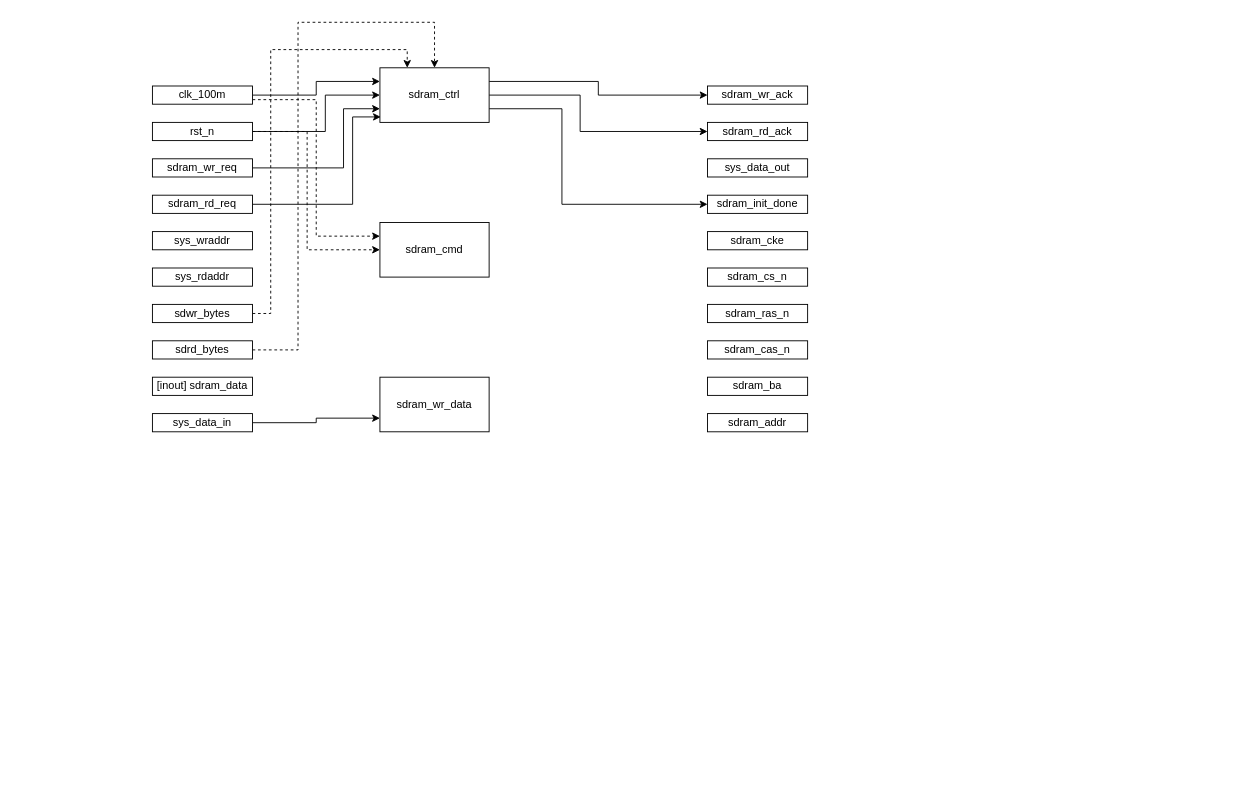
Manistein/let-us-build-a-computer-system keeps this draw.io diagram as hardware/sdram_ctrl.drawio. Above is the earlier version. Source tidied: cells renumbered, new cells numbered last; positions are measured from the earlier drawing's top-left corner, leaving out a move shared by most shapes. Both pictures are drawn from the tidied source at 91%, with x=0, y=0 at pixel (152, 22).
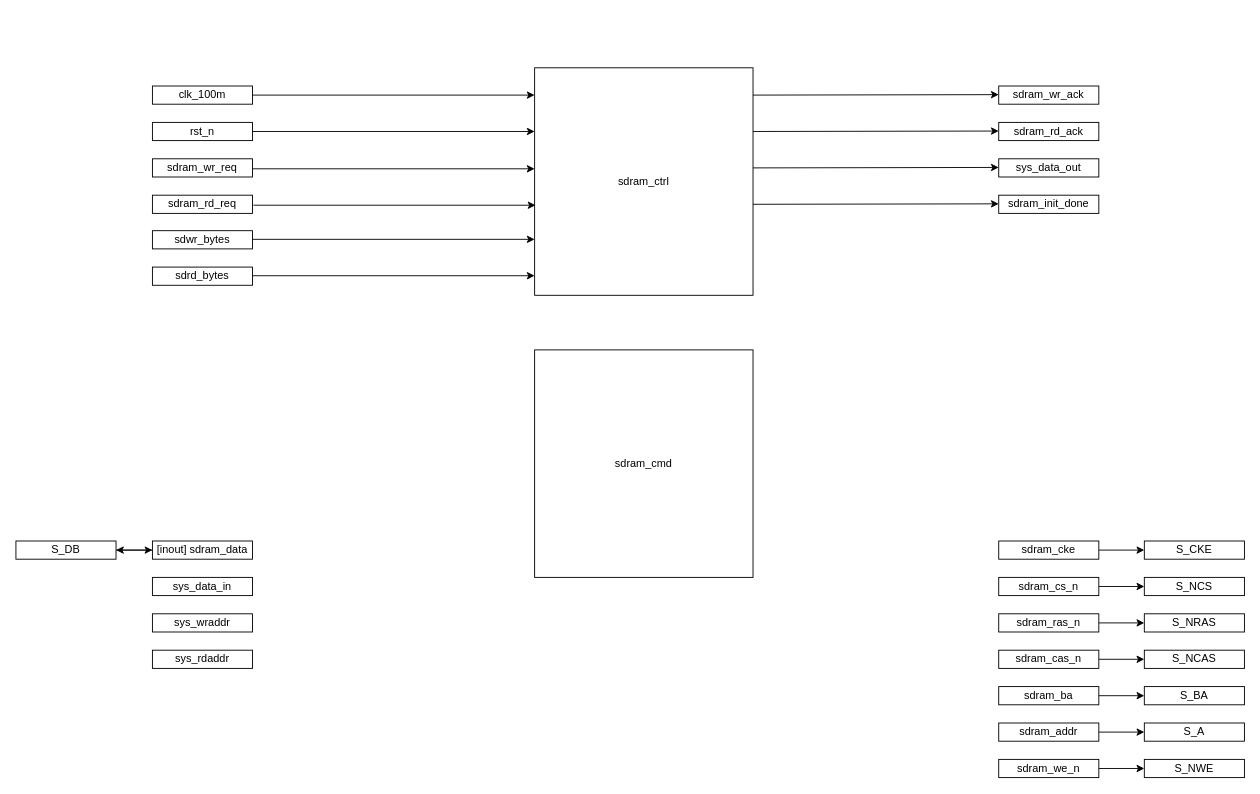
After the change.

Unchanged cells that the change refers to:
```xml
<mxCell id="10" value="clk_100m" style="rounded=0;whiteSpace=wrap;html=1;" parent="1" vertex="1">
  <mxGeometry y="70" width="110" height="20" as="geometry" />
</mxCell>
<mxCell id="13" value="rst_n" style="rounded=0;whiteSpace=wrap;html=1;" parent="1" vertex="1">
  <mxGeometry y="110" width="110" height="20" as="geometry" />
</mxCell>
<mxCell id="15" value="sdram_wr_req" style="rounded=0;whiteSpace=wrap;html=1;" parent="1" vertex="1">
  <mxGeometry y="150" width="110" height="20" as="geometry" />
</mxCell>
<mxCell id="16" value="sdram_rd_req" style="rounded=0;whiteSpace=wrap;html=1;" parent="1" vertex="1">
  <mxGeometry y="190" width="110" height="20" as="geometry" />
</mxCell>
```

Diff of the diagram source:
```diff
@@
-    <mxCell id="2" style="edgeStyle=orthogonalEdgeStyle;rounded=0;jettySize=auto;html=1;exitX=1;exitY=0.25;exitDx=0;exitDy=0;entryX=0;entryY=0.5;entryDx=0;entryDy=0;" parent="1" edge="1" source="5" target="24">
-      <mxGeometry relative="1" as="geometry" />
-    </mxCell>
-    <mxCell id="3" style="edgeStyle=orthogonalEdgeStyle;rounded=0;jettySize=auto;html=1;exitX=1;exitY=0.5;exitDx=0;exitDy=0;entryX=0;entryY=0.5;entryDx=0;entryDy=0;" parent="1" edge="1" source="5" target="25">
-      <mxGeometry relative="1" as="geometry">
-        <Array as="points">
-          <mxPoint x="470" y="80" />
-          <mxPoint x="470" y="120" />
-        </Array>
-      </mxGeometry>
-    </mxCell>
-    <mxCell id="4" style="edgeStyle=orthogonalEdgeStyle;rounded=0;jettySize=auto;html=1;exitX=1;exitY=0.75;exitDx=0;exitDy=0;entryX=0;entryY=0.5;entryDx=0;entryDy=0;" parent="1" edge="1" source="5" target="27">
-      <mxGeometry relative="1" as="geometry">
-        <Array as="points">
-          <mxPoint x="450" y="95" />
-          <mxPoint x="450" y="200" />
-        </Array>
-      </mxGeometry>
-    </mxCell>
     <mxCell id="5" value="sdram_ctrl" style="rounded=0;whiteSpace=wrap;html=1;" parent="1" vertex="1">
-      <mxGeometry x="250" y="50" width="120" height="60" as="geometry" />
+      <mxGeometry x="420" y="50" width="240" height="250" as="geometry" />
     </mxCell>
-    <mxCell id="6" value="sdram_cmd" style="rounded=0;whiteSpace=wrap;html=1;" parent="1" vertex="1">
-      <mxGeometry x="250" y="220" width="120" height="60" as="geometry" />
-    </mxCell>
-    <mxCell id="7" value="sdram_wr_data" style="rounded=0;whiteSpace=wrap;html=1;" parent="1" vertex="1">
-      <mxGeometry x="250" y="390" width="120" height="60" as="geometry" />
-    </mxCell>
-    <mxCell id="8" style="edgeStyle=orthogonalEdgeStyle;rounded=0;jettySize=auto;html=1;exitX=1;exitY=0.5;exitDx=0;exitDy=0;entryX=0;entryY=0.25;entryDx=0;entryDy=0;" parent="1" edge="1" source="10" target="5">
-      <mxGeometry relative="1" as="geometry">
-        <Array as="points">
-          <mxPoint x="180" y="80" />
-          <mxPoint x="180" y="65" />
-        </Array>
-      </mxGeometry>
-    </mxCell>
-    <mxCell id="9" style="edgeStyle=orthogonalEdgeStyle;rounded=0;jettySize=auto;html=1;exitX=1;exitY=0.75;exitDx=0;exitDy=0;entryX=0;entryY=0.25;entryDx=0;entryDy=0;dashed=1;" parent="1" edge="1" source="10" target="6">
-      <mxGeometry relative="1" as="geometry" />
-    </mxCell>
@@
-    <mxCell id="11" style="edgeStyle=orthogonalEdgeStyle;rounded=0;jettySize=auto;html=1;exitX=1;exitY=0.5;exitDx=0;exitDy=0;entryX=0;entryY=0.5;entryDx=0;entryDy=0;" parent="1" edge="1" source="13" target="5">
-      <mxGeometry relative="1" as="geometry">
-        <Array as="points">
-          <mxPoint x="190" y="120" />
-          <mxPoint x="190" y="80" />
-        </Array>
-      </mxGeometry>
-    </mxCell>
-    <mxCell id="12" style="edgeStyle=orthogonalEdgeStyle;rounded=0;jettySize=auto;html=1;exitX=1;exitY=0.5;exitDx=0;exitDy=0;entryX=0;entryY=0.5;entryDx=0;entryDy=0;dashed=1;" parent="1" edge="1" source="13" target="6">
-      <mxGeometry relative="1" as="geometry">
-        <Array as="points">
-          <mxPoint x="170" y="120" />
-          <mxPoint x="170" y="250" />
-        </Array>
-      </mxGeometry>
-    </mxCell>
@@
-    <mxCell id="14" style="edgeStyle=orthogonalEdgeStyle;rounded=0;jettySize=auto;html=1;exitX=1;exitY=0.5;exitDx=0;exitDy=0;entryX=0;entryY=0.75;entryDx=0;entryDy=0;" parent="1" edge="1" source="15" target="5">
-      <mxGeometry relative="1" as="geometry">
-        <Array as="points">
-          <mxPoint x="210" y="160" />
-          <mxPoint x="210" y="95" />
-        </Array>
-      </mxGeometry>
-    </mxCell>
@@
     <mxCell id="17" value="sys_wraddr" style="rounded=0;whiteSpace=wrap;html=1;" parent="1" vertex="1">
-      <mxGeometry y="230" width="110" height="20" as="geometry" />
+      <mxGeometry y="650" width="110" height="20" as="geometry" />
     </mxCell>
     <mxCell id="18" value="sys_rdaddr" style="rounded=0;whiteSpace=wrap;html=1;" parent="1" vertex="1">
-      <mxGeometry y="270" width="110" height="20" as="geometry" />
+      <mxGeometry y="690" width="110" height="20" as="geometry" />
     </mxCell>
-    <mxCell id="19" style="edgeStyle=orthogonalEdgeStyle;rounded=0;jettySize=auto;html=1;exitX=1;exitY=0.5;exitDx=0;exitDy=0;entryX=0.25;entryY=0;entryDx=0;entryDy=0;dashed=1;" parent="1" edge="1" source="20" target="5">
-      <mxGeometry relative="1" as="geometry">
-        <Array as="points">
-          <mxPoint x="130" y="320" />
-          <mxPoint x="130" y="30" />
-          <mxPoint x="280" y="30" />
-        </Array>
-      </mxGeometry>
-    </mxCell>
     <mxCell id="20" value="sdwr_bytes" style="rounded=0;whiteSpace=wrap;html=1;" parent="1" vertex="1">
-      <mxGeometry y="310" width="110" height="20" as="geometry" />
+      <mxGeometry y="229" width="110" height="20" as="geometry" />
     </mxCell>
-    <mxCell id="21" style="edgeStyle=orthogonalEdgeStyle;rounded=0;jettySize=auto;html=1;exitX=1;exitY=0.5;exitDx=0;exitDy=0;entryX=0.5;entryY=0;entryDx=0;entryDy=0;dashed=1;" parent="1" edge="1" source="22" target="5">
-      <mxGeometry relative="1" as="geometry">
-        <Array as="points">
-          <mxPoint x="160" y="360" />
-          <mxPoint x="160" />
-          <mxPoint x="310" />
-        </Array>
-      </mxGeometry>
-    </mxCell>
     <mxCell id="22" value="sdrd_bytes" style="rounded=0;whiteSpace=wrap;html=1;" parent="1" vertex="1">
-      <mxGeometry y="350" width="110" height="20" as="geometry" />
+      <mxGeometry y="269" width="110" height="20" as="geometry" />
     </mxCell>
+    <mxCell id="37" style="edgeStyle=orthogonalEdgeStyle;rounded=0;jettySize=auto;html=1;exitX=0;exitY=0.5;exitDx=0;exitDy=0;" parent="1" edge="1" source="23" target="59">
+      <mxGeometry relative="1" as="geometry" />
+    </mxCell>
     <mxCell id="23" value="[inout] sdram_data" style="rounded=0;whiteSpace=wrap;html=1;" parent="1" vertex="1">
-      <mxGeometry y="390" width="110" height="20" as="geometry" />
+      <mxGeometry y="570" width="110" height="20" as="geometry" />
     </mxCell>
     <mxCell id="24" value="sdram_wr_ack" style="rounded=0;whiteSpace=wrap;html=1;" parent="1" vertex="1">
-      <mxGeometry x="610" y="70" width="110" height="20" as="geometry" />
+      <mxGeometry x="930" y="70" width="110" height="20" as="geometry" />
     </mxCell>
     <mxCell id="25" value="sdram_rd_ack" style="rounded=0;whiteSpace=wrap;html=1;" parent="1" vertex="1">
-      <mxGeometry x="610" y="110" width="110" height="20" as="geometry" />
+      <mxGeometry x="930" y="110" width="110" height="20" as="geometry" />
     </mxCell>
     <mxCell id="26" value="sys_data_out" style="rounded=0;whiteSpace=wrap;html=1;" parent="1" vertex="1">
-      <mxGeometry x="610" y="150" width="110" height="20" as="geometry" />
+      <mxGeometry x="930" y="150" width="110" height="20" as="geometry" />
     </mxCell>
     <mxCell id="27" value="sdram_init_done" style="rounded=0;whiteSpace=wrap;html=1;" parent="1" vertex="1">
-      <mxGeometry x="610" y="190" width="110" height="20" as="geometry" />
+      <mxGeometry x="930" y="190" width="110" height="20" as="geometry" />
     </mxCell>
+    <mxCell id="38" style="edgeStyle=orthogonalEdgeStyle;rounded=0;jettySize=auto;html=1;exitX=1;exitY=0.5;exitDx=0;exitDy=0;entryX=0;entryY=0.5;entryDx=0;entryDy=0;" parent="1" edge="1" source="28" target="64">
+      <mxGeometry relative="1" as="geometry" />
+    </mxCell>
     <mxCell id="28" value="sdram_cke" style="rounded=0;whiteSpace=wrap;html=1;" parent="1" vertex="1">
-      <mxGeometry x="610" y="230" width="110" height="20" as="geometry" />
+      <mxGeometry x="930" y="570" width="110" height="20" as="geometry" />
     </mxCell>
+    <mxCell id="39" style="edgeStyle=orthogonalEdgeStyle;rounded=0;jettySize=auto;html=1;exitX=1;exitY=0.5;exitDx=0;exitDy=0;entryX=0;entryY=0.5;entryDx=0;entryDy=0;" parent="1" edge="1" source="29" target="63">
+      <mxGeometry relative="1" as="geometry" />
+    </mxCell>
     <mxCell id="29" value="sdram_cs_n" style="rounded=0;whiteSpace=wrap;html=1;" parent="1" vertex="1">
-      <mxGeometry x="610" y="270" width="110" height="20" as="geometry" />
+      <mxGeometry x="930" y="610" width="110" height="20" as="geometry" />
     </mxCell>
+    <mxCell id="40" style="edgeStyle=orthogonalEdgeStyle;rounded=0;jettySize=auto;html=1;exitX=1;exitY=0.5;exitDx=0;exitDy=0;entryX=0;entryY=0.5;entryDx=0;entryDy=0;" parent="1" edge="1" source="30" target="61">
+      <mxGeometry relative="1" as="geometry" />
+    </mxCell>
     <mxCell id="30" value="sdram_ras_n" style="rounded=0;whiteSpace=wrap;html=1;" parent="1" vertex="1">
-      <mxGeometry x="610" y="310" width="110" height="20" as="geometry" />
+      <mxGeometry x="930" y="650" width="110" height="20" as="geometry" />
     </mxCell>
+    <mxCell id="41" style="edgeStyle=orthogonalEdgeStyle;rounded=0;jettySize=auto;html=1;exitX=1;exitY=0.5;exitDx=0;exitDy=0;entryX=0;entryY=0.5;entryDx=0;entryDy=0;" parent="1" edge="1" source="31" target="60">
+      <mxGeometry relative="1" as="geometry" />
+    </mxCell>
     <mxCell id="31" value="sdram_cas_n" style="rounded=0;whiteSpace=wrap;html=1;" parent="1" vertex="1">
-      <mxGeometry x="610" y="350" width="110" height="20" as="geometry" />
+      <mxGeometry x="930" y="690" width="110" height="20" as="geometry" />
     </mxCell>
+    <mxCell id="42" style="edgeStyle=orthogonalEdgeStyle;rounded=0;jettySize=auto;html=1;exitX=1;exitY=0.5;exitDx=0;exitDy=0;entryX=0;entryY=0.5;entryDx=0;entryDy=0;" parent="1" edge="1" source="32" target="57">
+      <mxGeometry relative="1" as="geometry" />
+    </mxCell>
     <mxCell id="32" value="sdram_ba" style="rounded=0;whiteSpace=wrap;html=1;" parent="1" vertex="1">
-      <mxGeometry x="610" y="390" width="110" height="20" as="geometry" />
+      <mxGeometry x="930" y="730" width="110" height="20" as="geometry" />
     </mxCell>
+    <mxCell id="43" style="edgeStyle=orthogonalEdgeStyle;rounded=0;jettySize=auto;html=1;exitX=1;exitY=0.5;exitDx=0;exitDy=0;entryX=0;entryY=0.5;entryDx=0;entryDy=0;" parent="1" edge="1" source="33" target="56">
+      <mxGeometry relative="1" as="geometry" />
+    </mxCell>
     <mxCell id="33" value="sdram_addr" style="rounded=0;whiteSpace=wrap;html=1;" parent="1" vertex="1">
-      <mxGeometry x="610" y="430" width="110" height="20" as="geometry" />
+      <mxGeometry x="930" y="770" width="110" height="20" as="geometry" />
     </mxCell>
-    <mxCell id="34" style="edgeStyle=orthogonalEdgeStyle;rounded=0;jettySize=auto;html=1;exitX=1;exitY=0.5;exitDx=0;exitDy=0;entryX=0;entryY=0.75;entryDx=0;entryDy=0;" parent="1" edge="1" source="35" target="7">
-      <mxGeometry relative="1" as="geometry" />
-    </mxCell>
     <mxCell id="35" value="sys_data_in" style="rounded=0;whiteSpace=wrap;html=1;" parent="1" vertex="1">
-      <mxGeometry y="430" width="110" height="20" as="geometry" />
+      <mxGeometry y="610" width="110" height="20" as="geometry" />
     </mxCell>
-    <mxCell id="36" style="edgeStyle=orthogonalEdgeStyle;rounded=0;jettySize=auto;html=1;exitX=1;exitY=0.5;exitDx=0;exitDy=0;entryX=0.008;entryY=0.9;entryDx=0;entryDy=0;entryPerimeter=0;" parent="1" edge="1" source="16" target="5">
-      <mxGeometry relative="1" as="geometry">
-        <Array as="points">
-          <mxPoint x="220" y="200" />
-          <mxPoint x="220" y="104" />
-        </Array>
-      </mxGeometry>
-    </mxCell>
+    <mxCell id="44" style="endArrow=classic;html=1;rounded=0;exitX=1;exitY=0.5;exitDx=0;exitDy=0;" parent="1" edge="1" source="10">
+      <mxGeometry relative="1" as="geometry">
+        <mxPoint x="420" y="80" as="targetPoint" />
+      </mxGeometry>
+    </mxCell>
+    <mxCell id="45" style="endArrow=classic;html=1;rounded=0;exitX=1;exitY=0.5;exitDx=0;exitDy=0;" parent="1" edge="1" source="13">
+      <mxGeometry relative="1" as="geometry">
+        <mxPoint x="420" y="120" as="targetPoint" />
+      </mxGeometry>
+    </mxCell>
+    <mxCell id="46" style="endArrow=classic;html=1;rounded=0;exitX=1;exitY=0.5;exitDx=0;exitDy=0;entryX=0;entryY=0.191;entryDx=0;entryDy=0;entryPerimeter=0;" parent="1" edge="1">
+      <mxGeometry relative="1" as="geometry">
+        <mxPoint x="110" y="161" as="sourcePoint" />
+        <mxPoint x="420" y="161" as="targetPoint" />
+      </mxGeometry>
+    </mxCell>
+    <mxCell id="47" style="endArrow=classic;html=1;rounded=0;exitX=1;exitY=0.5;exitDx=0;exitDy=0;entryX=0;entryY=0.191;entryDx=0;entryDy=0;entryPerimeter=0;" parent="1" edge="1">
+      <mxGeometry relative="1" as="geometry">
+        <mxPoint x="111" y="201" as="sourcePoint" />
+        <mxPoint x="421" y="201" as="targetPoint" />
+      </mxGeometry>
+    </mxCell>
+    <mxCell id="48" style="endArrow=classic;html=1;rounded=0;" parent="1" edge="1">
+      <mxGeometry relative="1" as="geometry">
+        <mxPoint x="660" y="80" as="sourcePoint" />
+        <mxPoint x="930" y="79.5" as="targetPoint" />
+      </mxGeometry>
+    </mxCell>
+    <mxCell id="49" style="endArrow=classic;html=1;rounded=0;" parent="1" edge="1">
+      <mxGeometry relative="1" as="geometry">
+        <mxPoint x="660" y="120" as="sourcePoint" />
+        <mxPoint x="930" y="119.5" as="targetPoint" />
+      </mxGeometry>
+    </mxCell>
+    <mxCell id="50" style="endArrow=classic;html=1;rounded=0;exitX=1;exitY=0.5;exitDx=0;exitDy=0;entryX=0;entryY=0.191;entryDx=0;entryDy=0;entryPerimeter=0;" parent="1" edge="1">
+      <mxGeometry relative="1" as="geometry">
+        <mxPoint x="110" y="238.5" as="sourcePoint" />
+        <mxPoint x="420" y="238.5" as="targetPoint" />
+      </mxGeometry>
+    </mxCell>
+    <mxCell id="51" style="endArrow=classic;html=1;rounded=0;exitX=1;exitY=0.5;exitDx=0;exitDy=0;entryX=0;entryY=0.191;entryDx=0;entryDy=0;entryPerimeter=0;" parent="1" edge="1">
+      <mxGeometry relative="1" as="geometry">
+        <mxPoint x="110" y="278.5" as="sourcePoint" />
+        <mxPoint x="420" y="278.5" as="targetPoint" />
+      </mxGeometry>
+    </mxCell>
+    <mxCell id="52" style="endArrow=classic;html=1;rounded=0;" parent="1" edge="1">
+      <mxGeometry relative="1" as="geometry">
+        <mxPoint x="660" y="160" as="sourcePoint" />
+        <mxPoint x="930" y="159.5" as="targetPoint" />
+      </mxGeometry>
+    </mxCell>
+    <mxCell id="53" style="endArrow=classic;html=1;rounded=0;" parent="1" edge="1">
+      <mxGeometry relative="1" as="geometry">
+        <mxPoint x="660" y="200" as="sourcePoint" />
+        <mxPoint x="930" y="199.5" as="targetPoint" />
+      </mxGeometry>
+    </mxCell>
+    <mxCell id="54" style="edgeStyle=orthogonalEdgeStyle;rounded=0;jettySize=auto;html=1;exitX=1;exitY=0.5;exitDx=0;exitDy=0;entryX=0;entryY=0.5;entryDx=0;entryDy=0;" parent="1" edge="1" source="55" target="62">
+      <mxGeometry relative="1" as="geometry" />
+    </mxCell>
+    <mxCell id="55" value="sdram_we_n" style="rounded=0;whiteSpace=wrap;html=1;" parent="1" vertex="1">
+      <mxGeometry x="930" y="810" width="110" height="20" as="geometry" />
+    </mxCell>
+    <mxCell id="56" value="S_A" style="rounded=0;whiteSpace=wrap;html=1;" parent="1" vertex="1">
+      <mxGeometry x="1090" y="770" width="110" height="20" as="geometry" />
+    </mxCell>
+    <mxCell id="57" value="S_BA" style="rounded=0;whiteSpace=wrap;html=1;" parent="1" vertex="1">
+      <mxGeometry x="1090" y="730" width="110" height="20" as="geometry" />
+    </mxCell>
+    <mxCell id="58" style="edgeStyle=orthogonalEdgeStyle;rounded=0;jettySize=auto;html=1;exitX=1;exitY=0.5;exitDx=0;exitDy=0;entryX=0;entryY=0.5;entryDx=0;entryDy=0;" parent="1" edge="1" source="59" target="23">
+      <mxGeometry relative="1" as="geometry" />
+    </mxCell>
+    <mxCell id="59" value="S_DB" style="rounded=0;whiteSpace=wrap;html=1;" parent="1" vertex="1">
+      <mxGeometry x="-150" y="570" width="110" height="20" as="geometry" />
+    </mxCell>
+    <mxCell id="60" value="S_NCAS" style="rounded=0;whiteSpace=wrap;html=1;" parent="1" vertex="1">
+      <mxGeometry x="1090" y="690" width="110" height="20" as="geometry" />
+    </mxCell>
+    <mxCell id="61" value="S_NRAS" style="rounded=0;whiteSpace=wrap;html=1;" parent="1" vertex="1">
+      <mxGeometry x="1090" y="650" width="110" height="20" as="geometry" />
+    </mxCell>
+    <mxCell id="62" value="S_NWE" style="rounded=0;whiteSpace=wrap;html=1;" parent="1" vertex="1">
+      <mxGeometry x="1090" y="810" width="110" height="20" as="geometry" />
+    </mxCell>
+    <mxCell id="63" value="S_NCS" style="rounded=0;whiteSpace=wrap;html=1;" parent="1" vertex="1">
+      <mxGeometry x="1090" y="610" width="110" height="20" as="geometry" />
+    </mxCell>
+    <mxCell id="64" value="S_CKE" style="rounded=0;whiteSpace=wrap;html=1;" parent="1" vertex="1">
+      <mxGeometry x="1090" y="570" width="110" height="20" as="geometry" />
+    </mxCell>
+    <mxCell id="6" value="sdram_cmd" style="rounded=0;whiteSpace=wrap;html=1;" parent="1" vertex="1">
+      <mxGeometry x="420" y="360" width="240" height="250" as="geometry" />
+    </mxCell>
```
